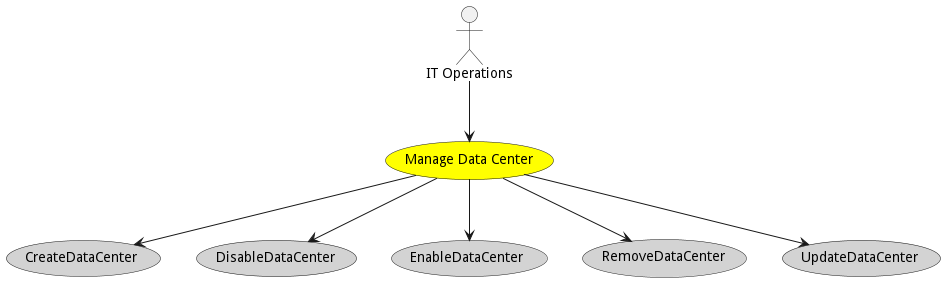
Above: docs/edgemere/cpl/usecases/managedatacenter/Activities.png in madajaju/edgemere (PlantUML), before the change. Source of this version:
```plantuml
@startuml


usecase "Manage Data Center" as ManageDataCenter #yellow

Actor "IT Operations" as ITOperations

ITOperations --> ManageDataCenter



usecase "CreateDataCenter" as CreateDataCenter #lightgrey

ManageDataCenter --> CreateDataCenter

usecase "DisableDataCenter" as DisableDataCenter #lightgrey

ManageDataCenter --> DisableDataCenter

usecase "EnableDataCenter" as EnableDataCenter #lightgrey

ManageDataCenter --> EnableDataCenter

usecase "RemoveDataCenter" as RemoveDataCenter #lightgrey

ManageDataCenter --> RemoveDataCenter

usecase "UpdateDataCenter" as UpdateDataCenter #lightgrey

ManageDataCenter --> UpdateDataCenter









@enduml
```
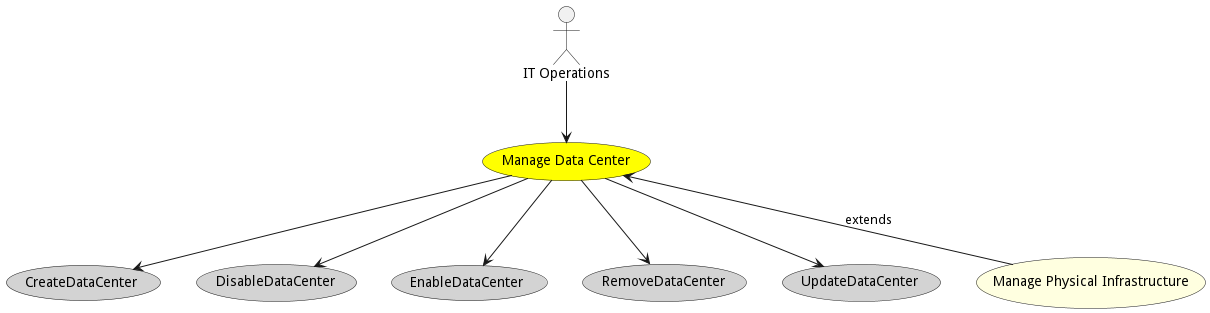
After the commit.

Diff of the diagram source:
```diff
@@ -31,6 +31,10 @@
 
 
 
+usecase "Manage Physical Infrastructure" as ManagePhysicalInfrastructure #lightyellow
+
+ManageDataCenter <-- ManagePhysicalInfrastructure : extends
+
 
 
 
```
